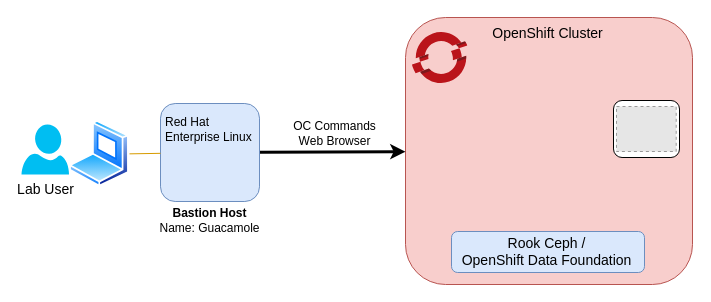
IBM/waiops-tech-jam keeps this draw.io diagram as labs/cloud-pak-aiops/Install-Lab/1-introduction/images/intro.drawio. Above is the earlier version. Source tidied: cells renumbered, new cells numbered last; positions are measured from the earlier drawing's top-left corner, leaving out a move shared by most shapes. Both pictures are drawn from the tidied source at 100%, with x=0, y=0 at pixel (21, 17). Pictures stored in the file or linked from it are replaced by grey dashed boxes.
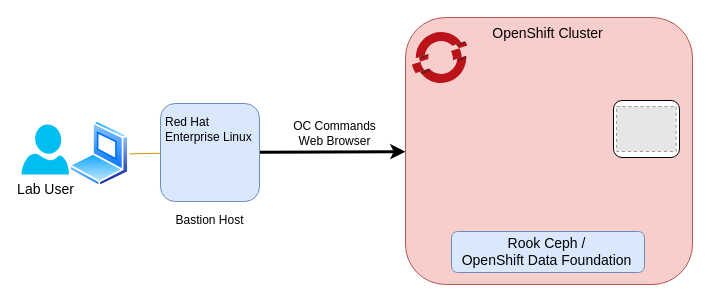
The same diagram, later.

Diff of the diagram source:
```diff
@@
 <mxGraphModel>
   <root>
     <mxCell id="0" />
     <mxCell id="1" parent="0" />
     <mxCell id="2" style="rounded=1;whiteSpace=wrap;html=1;fillColor=#f8cecc;strokeColor=#b85450;" parent="1" vertex="1">
       <mxGeometry x="384" width="287" height="267" as="geometry" />
     </mxCell>
     <mxCell id="3" style="rounded=1;whiteSpace=wrap;html=1;fontSize=14;fillColor=#dae8fc;strokeColor=#6c8ebf;" parent="1" vertex="1">
       <mxGeometry x="430" y="214" width="193" height="41" as="geometry" />
     </mxCell>
-    <mxCell id="4" value="&lt;b&gt;Bastion Host&lt;/b&gt;&lt;br&gt;Name: Guacamole" style="text;html=1;align=center;verticalAlign=middle;strokeColor=none;fillColor=none;" parent="1" vertex="1">
-      <mxGeometry x="129" y="182" width="118" height="41" as="geometry" />
+    <mxCell id="4" value="Bastion Host" style="text;html=1;align=center;verticalAlign=middle;strokeColor=none;fillColor=none;" parent="1" vertex="1">
+      <mxGeometry x="145" y="190" width="86" height="26" as="geometry" />
     </mxCell>
     <mxCell id="5" value="&lt;font style=&quot;font-size: 14px;&quot;&gt;OpenShift Cluster&lt;/font&gt;" style="text;html=1;align=center;verticalAlign=middle;strokeColor=none;fillColor=none;" parent="1" vertex="1">
       <mxGeometry x="461" y="1" width="129" height="29" as="geometry" />
     </mxCell>
     <mxCell id="6" style="sketch=0;html=1;align=center;image;fontSize=12;image=img/lib/mscae/OpenShift.svg;" parent="1" vertex="1">
       <mxGeometry x="391" y="15" width="55.4" height="51" as="geometry" />
     </mxCell>
     <mxCell id="7" style="group;" parent="1" vertex="1">
       <mxGeometry x="592" y="83" width="66" height="57" as="geometry" />
     </mxCell>
     <mxCell id="8" style="rounded=1;whiteSpace=wrap;html=1;fontSize=14;" parent="7" vertex="1">
       <mxGeometry width="66" height="57" as="geometry" />
     </mxCell>
     <mxCell id="9" style="fillColor=#E6E6E6;strokeColor=#999999;dashed=1;verticalLabelPosition=bottom;labelBackgroundColor=default;verticalAlign=top;" parent="7" vertex="1">
       <mxGeometry x="3" y="6" width="59.7" height="45" as="geometry" />
     </mxCell>
     <mxCell id="10" style="perimeter=ellipsePerimeter;html=1;align=center;shadow=0;dashed=0;spacingTop=3;image;image=img/lib/active_directory/laptop_client.svg;fontSize=14;flipH=0;" parent="1" vertex="1">
       <mxGeometry x="48" y="103" width="60" height="66.7" as="geometry" />
     </mxCell>
     <mxCell id="11" value="Lab User" style="verticalLabelPosition=bottom;html=1;verticalAlign=top;align=center;strokeColor=none;fillColor=#00BEF2;shape=mxgraph.azure.user;fontSize=14;flipH=0;direction=east;flipV=0;" parent="1" vertex="1">
       <mxGeometry y="107" width="47.5" height="50" as="geometry" />
     </mxCell>
     <mxCell id="12" style="rounded=0;jettySize=auto;html=1;strokeWidth=3;" parent="1" edge="1" source="13" target="2">
       <mxGeometry relative="1" as="geometry" />
     </mxCell>
     <mxCell id="13" style="rounded=1;whiteSpace=wrap;html=1;fontSize=14;labelPosition=right;verticalLabelPosition=middle;align=left;verticalAlign=middle;fillColor=#dae8fc;strokeColor=#6c8ebf;" parent="1" vertex="1">
       <mxGeometry x="139" y="86" width="99" height="98" as="geometry" />
     </mxCell>
     <mxCell id="14" style="endArrow=none;html=1;rounded=0;entryX=1;entryY=0.5;entryDx=0;entryDy=0;fillColor=#ffe6cc;strokeColor=#d79b00;" parent="1" edge="1" source="13" target="10">
       <mxGeometry relative="1" as="geometry" />
     </mxCell>
     <mxCell id="15" value="Red Hat&lt;br&gt;&lt;div style=&quot;&quot;&gt;&lt;span style=&quot;background-color: initial;&quot;&gt;Enterprise Linux&lt;/span&gt;&lt;/div&gt;" style="text;html=1;align=left;verticalAlign=middle;strokeColor=none;fillColor=none;" parent="1" vertex="1">
       <mxGeometry x="142" y="91" width="105" height="41" as="geometry" />
     </mxCell>
     <mxCell id="16" value="OC Commands&lt;br&gt;Web Browser" style="text;html=1;align=center;verticalAlign=middle;strokeColor=none;fillColor=none;" parent="1" vertex="1">
       <mxGeometry x="262" y="95" width="101" height="41" as="geometry" />
     </mxCell>
     <mxCell id="17" value="&lt;font style=&quot;font-size: 14px;&quot;&gt;Rook Ceph /&lt;br&gt;OpenShift Data Foundation&lt;/font&gt;" style="text;html=1;align=center;verticalAlign=middle;strokeColor=none;fillColor=none;" parent="1" vertex="1">
       <mxGeometry x="431" y="211" width="188" height="46" as="geometry" />
     </mxCell>
   </root>
 </mxGraphModel>
```
